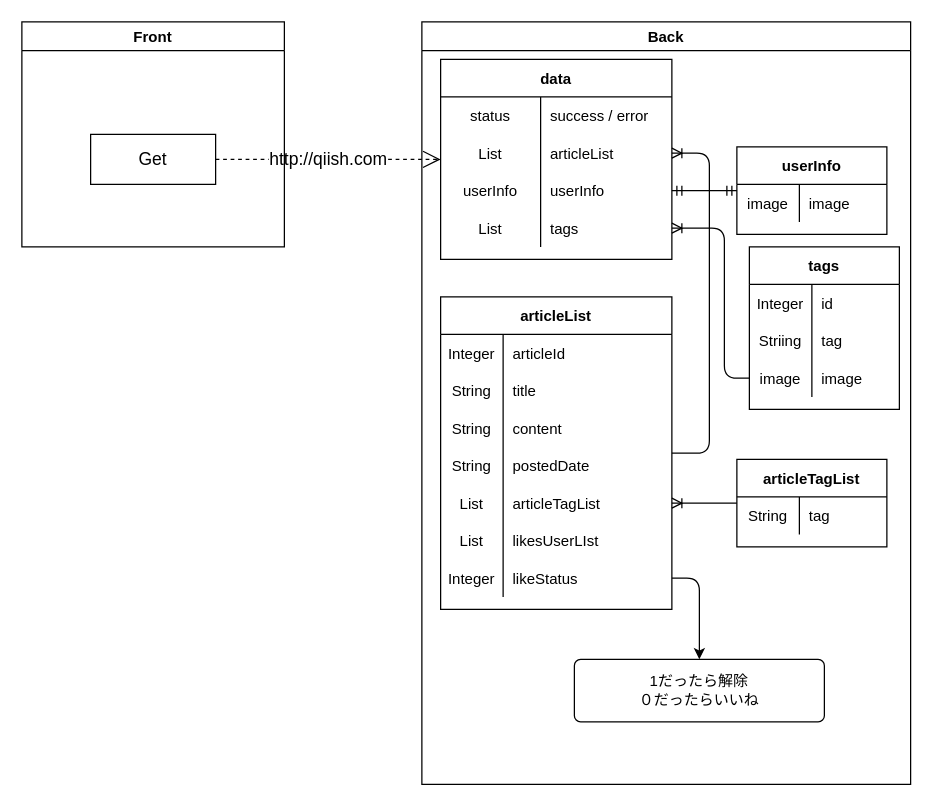
Earlier version of the draw.io diagram page "[表示]トップページ" (2 of 17) of Designs/基本設計.drawio (yusuke-rakus/Qiish). Source tidied: cells renumbered, new cells numbered last; positions are measured from the earlier drawing's top-left corner, leaving out a move shared by most shapes. Both pictures are drawn from the tidied source at 125%, with x=0, y=0 at pixel (21, 21).
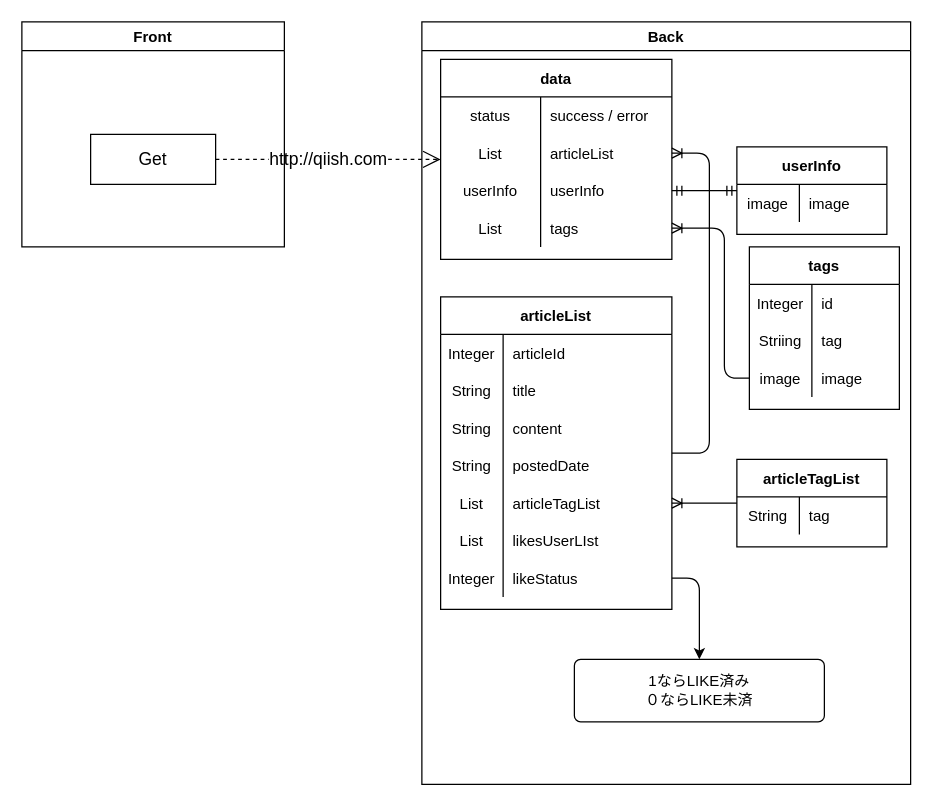
After the change.

The change refers to these unchanged cells:
```xml
<mxCell id="2" value="Back" style="swimlane;" parent="1" vertex="1">
  <mxGeometry x="320" width="391" height="610" as="geometry" />
</mxCell>
```

Change to the diagram source:
```diff
@@
-    <mxCell id="60" value="1だったら解除&lt;br&gt;０だったらいいね" style="rounded=1;arcSize=10;whiteSpace=wrap;html=1;align=center;" parent="2" vertex="1">
+    <mxCell id="60" value="1ならLIKE済み&lt;br&gt;０ならLIKE未済" style="rounded=1;arcSize=10;whiteSpace=wrap;html=1;align=center;" parent="2" vertex="1">
       <mxGeometry x="122" y="510" width="200" height="50" as="geometry" />
     </mxCell>
```
